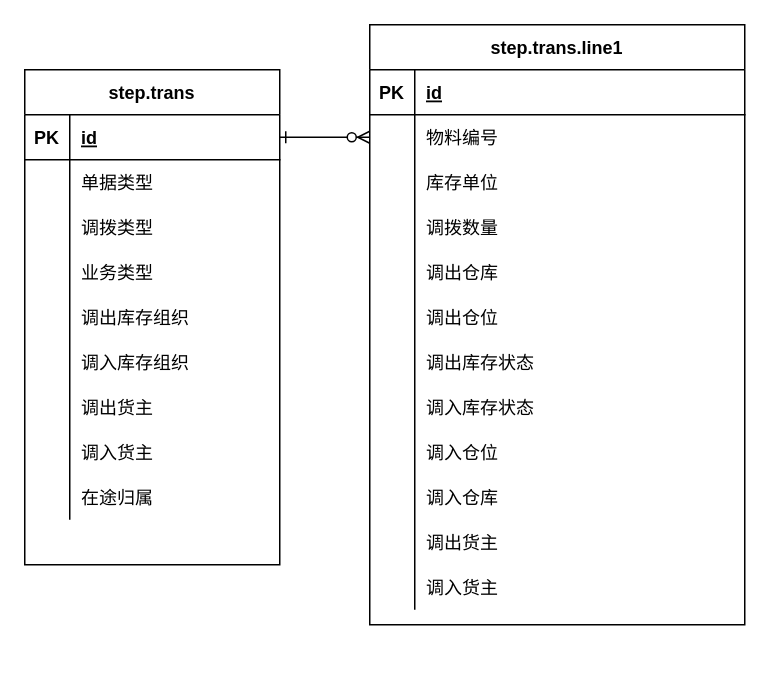
This is er.step.trans.drawio from inspurhua/diagrams.net, a draw.io file, before an edit. Source tidied: cells renumbered, new cells numbered last; positions are measured from the earlier drawing's top-left corner, leaving out a move shared by most shapes. Both pictures are drawn from the tidied source at 150%, with x=0, y=0 at pixel (24, 24).
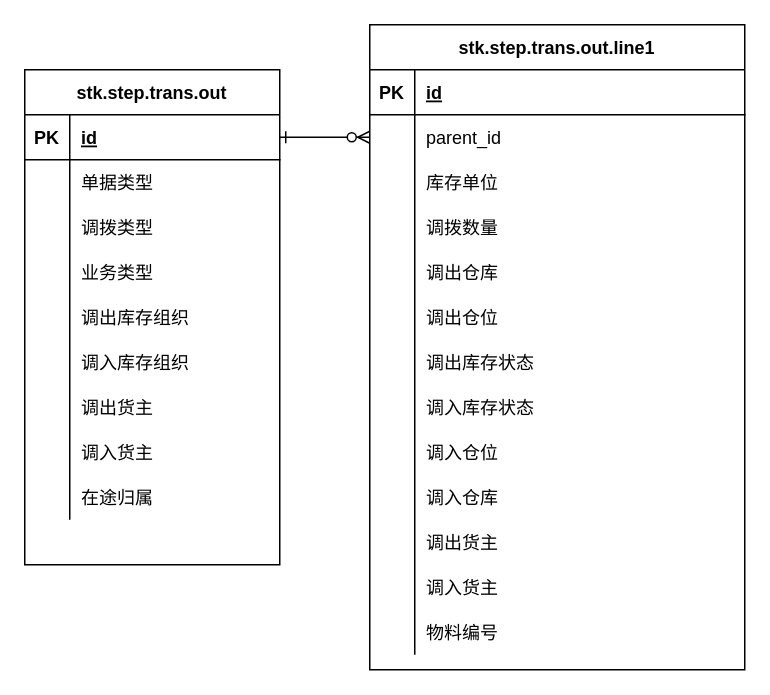
The same page after the edit.

Unchanged cells that the change refers to:
```xml
<mxCell id="7" style="shape=partialRectangle;fillColor=none;points=[[0,0.5],[1,0.5]];portConstraint=eastwest;top=0;left=0;right=0;bottom=0;" parent="3" vertex="1">
  <mxGeometry y="60" width="250" height="30" as="geometry" />
</mxCell>
```

Change to the diagram source:
```diff
@@
-    <mxCell id="3" value="step.trans.line1" style="shape=table;startSize=30;childLayout=tableLayout;rowLines=0;fontStyle=1;align=center;" parent="1" vertex="1">
-      <mxGeometry x="230" width="250" height="400" as="geometry" />
+    <mxCell id="3" value="stk.step.trans.out.line1" style="shape=table;startSize=30;childLayout=tableLayout;rowLines=0;fontStyle=1;align=center;" parent="1" vertex="1">
+      <mxGeometry x="230" width="250" height="430" as="geometry" />
     </mxCell>
@@
-    <mxCell id="9" value="物料编号" style="shape=partialRectangle;overflow=hidden;fillColor=none;top=0;left=0;bottom=0;right=0;align=left;spacingLeft=6;" parent="7" vertex="1">
+    <mxCell id="9" value="parent_id" style="shape=partialRectangle;overflow=hidden;fillColor=none;top=0;left=0;bottom=0;right=0;align=left;spacingLeft=6;" parent="7" vertex="1">
       <mxGeometry x="30" width="220" height="30" as="geometry" />
     </mxCell>
@@
+    <mxCell id="68" style="shape=partialRectangle;fillColor=none;top=0;left=0;right=0;bottom=0;" parent="3" vertex="1">
+      <mxGeometry y="390" width="250" height="30" as="geometry" />
+    </mxCell>
+    <mxCell id="69" style="shape=partialRectangle;overflow=hidden;fillColor=none;top=0;left=0;bottom=0;right=0;" parent="68" vertex="1">
+      <mxGeometry width="30" height="30" as="geometry" />
+    </mxCell>
+    <mxCell id="70" value="物料编号" style="shape=partialRectangle;overflow=hidden;fillColor=none;top=0;left=0;bottom=0;right=0;align=left;spacingLeft=6;" parent="68" vertex="1">
+      <mxGeometry x="30" width="220" height="30" as="geometry" />
+    </mxCell>
-    <mxCell id="40" value="step.trans" style="shape=table;startSize=30;childLayout=tableLayout;rowLines=0;fontStyle=1;align=center;" parent="1" vertex="1">
+    <mxCell id="40" value="stk.step.trans.out" style="shape=table;startSize=30;childLayout=tableLayout;rowLines=0;fontStyle=1;align=center;" parent="1" vertex="1">
       <mxGeometry y="30" width="170" height="330" as="geometry" />
     </mxCell>
```
